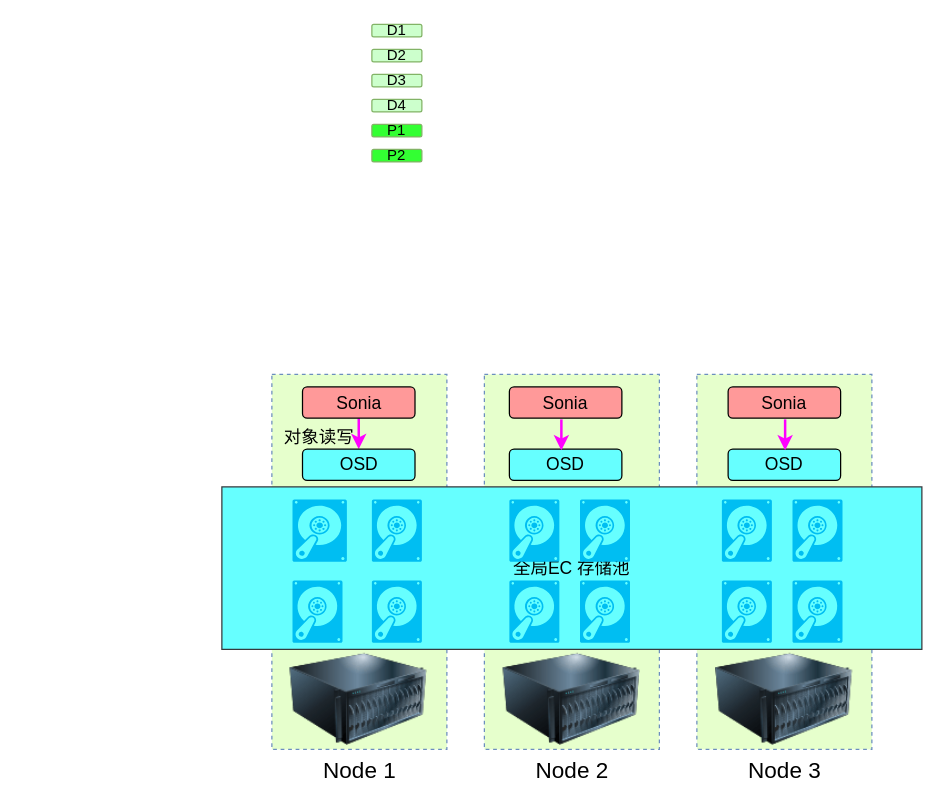
Above: Storage_strategy_4.drawio in snowolfhawk/ceph-scripts (draw.io), before the change. Source tidied: cells renumbered, new cells numbered last; positions are measured from the earlier drawing's top-left corner, leaving out a move shared by most shapes. Both pictures are drawn from the tidied source at 125%, with x=0, y=0 at pixel (221, 24).
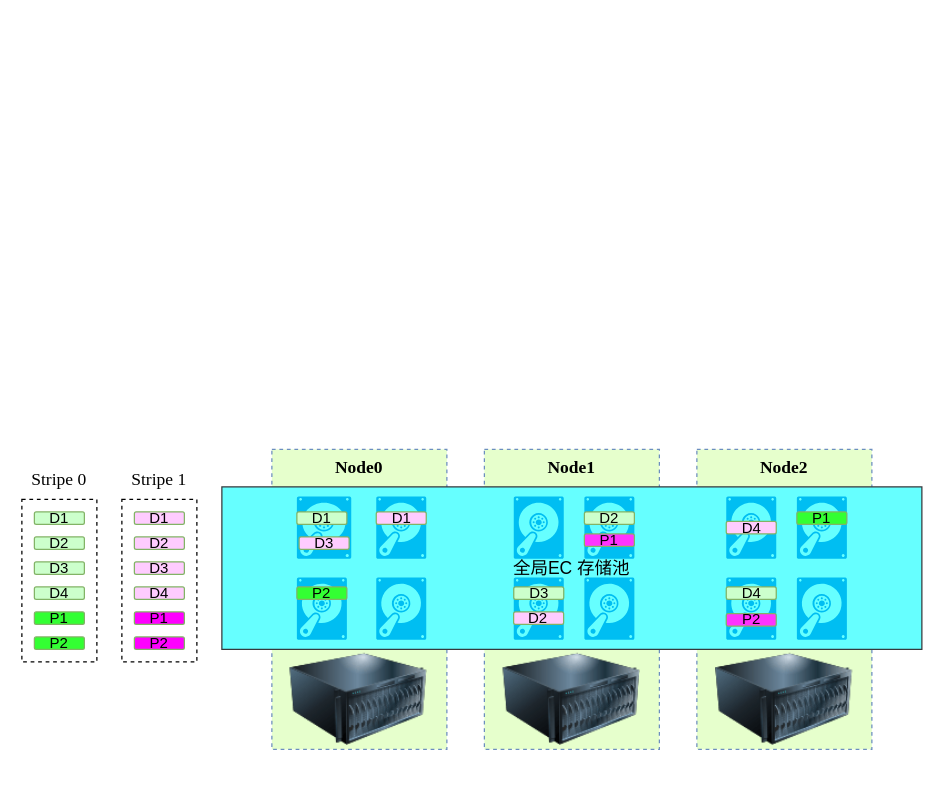
The same diagram, later.

What changed in the source:
```diff
@@
-    <mxCell id="2" value="P2" style="rounded=1;whiteSpace=wrap;html=1;fillColor=#33FF33;strokeColor=#82b366;" parent="1" vertex="1">
-      <mxGeometry x="120" y="100" width="40" height="10" as="geometry" />
-    </mxCell>
+    <mxCell id="37" style="rounded=0;whiteSpace=wrap;html=1;fontFamily=Times New Roman;fontSize=14;fillColor=#FFFFFF;dashed=1;" parent="1" vertex="1">
+      <mxGeometry x="-160" y="380" width="60" height="130" as="geometry" />
+    </mxCell>
     <mxCell id="3" style="rounded=0;whiteSpace=wrap;html=1;dashed=1;fillColor=#E6FFCC;strokeColor=#6c8ebf;" parent="1" vertex="1">
-      <mxGeometry x="380" y="280" width="140" height="300" as="geometry" />
+      <mxGeometry x="380" y="340" width="140" height="240" as="geometry" />
     </mxCell>
     <mxCell id="4" style="rounded=0;whiteSpace=wrap;html=1;dashed=1;fillColor=#E6FFCC;strokeColor=#6c8ebf;" parent="1" vertex="1">
-      <mxGeometry x="210" y="280" width="140" height="300" as="geometry" />
+      <mxGeometry x="210" y="340" width="140" height="240" as="geometry" />
     </mxCell>
     <mxCell id="5" style="rounded=0;whiteSpace=wrap;html=1;dashed=1;fillColor=#E6FFCC;strokeColor=#6c8ebf;" parent="1" vertex="1">
-      <mxGeometry x="40" y="280" width="140" height="300" as="geometry" />
+      <mxGeometry x="40" y="340" width="140" height="240" as="geometry" />
     </mxCell>
@@
-    <mxCell id="7" style="verticalLabelPosition=bottom;html=1;verticalAlign=top;align=center;strokeColor=none;fillColor=#00BEF2;shape=mxgraph.azure.vhd;" parent="1" vertex="1">
-      <mxGeometry x="56.5" y="380" width="43.5" height="50" as="geometry" />
-    </mxCell>
-    <mxCell id="8" style="verticalLabelPosition=bottom;html=1;verticalAlign=top;align=center;strokeColor=none;fillColor=#00BEF2;shape=mxgraph.azure.vhd;" parent="1" vertex="1">
-      <mxGeometry x="120" y="380" width="40" height="50" as="geometry" />
-    </mxCell>
-    <mxCell id="9" style="verticalLabelPosition=bottom;html=1;verticalAlign=top;align=center;strokeColor=none;fillColor=#00BEF2;shape=mxgraph.azure.vhd;" parent="1" vertex="1">
-      <mxGeometry x="56.5" y="444.8" width="40" height="50" as="geometry" />
-    </mxCell>
-    <mxCell id="10" style="verticalLabelPosition=bottom;html=1;verticalAlign=top;align=center;strokeColor=none;fillColor=#00BEF2;shape=mxgraph.azure.vhd;" parent="1" vertex="1">
-      <mxGeometry x="120" y="444.8" width="40" height="50" as="geometry" />
-    </mxCell>
-    <mxCell id="11" style="verticalLabelPosition=bottom;html=1;verticalAlign=top;align=center;strokeColor=none;fillColor=#00BEF2;shape=mxgraph.azure.vhd;" parent="1" vertex="1">
-      <mxGeometry x="230" y="380" width="40" height="50" as="geometry" />
-    </mxCell>
-    <mxCell id="12" style="verticalLabelPosition=bottom;html=1;verticalAlign=top;align=center;strokeColor=none;fillColor=#00BEF2;shape=mxgraph.azure.vhd;" parent="1" vertex="1">
-      <mxGeometry x="286.5" y="380" width="40" height="50" as="geometry" />
-    </mxCell>
-    <mxCell id="13" style="verticalLabelPosition=bottom;html=1;verticalAlign=top;align=center;strokeColor=none;fillColor=#00BEF2;shape=mxgraph.azure.vhd;" parent="1" vertex="1">
-      <mxGeometry x="230" y="444.8" width="40" height="50" as="geometry" />
-    </mxCell>
-    <mxCell id="14" style="verticalLabelPosition=bottom;html=1;verticalAlign=top;align=center;strokeColor=none;fillColor=#00BEF2;shape=mxgraph.azure.vhd;" parent="1" vertex="1">
-      <mxGeometry x="286.5" y="444.8" width="40" height="50" as="geometry" />
-    </mxCell>
-    <mxCell id="15" value="&lt;font style=&quot;font-size: 18px&quot;&gt;Node 1&lt;/font&gt;" style="image;html=1;image=img/lib/clip_art/computers/Server_128x128.png;" parent="1" vertex="1">
+    <mxCell id="15" style="image;html=1;image=img/lib/clip_art/computers/Server_128x128.png;" parent="1" vertex="1">
       <mxGeometry x="54.5" y="500" width="110" height="80" as="geometry" />
     </mxCell>
-    <mxCell id="16" value="&lt;font style=&quot;font-size: 18px&quot;&gt;Node 2&lt;/font&gt;" style="image;html=1;image=img/lib/clip_art/computers/Server_128x128.png;" parent="1" vertex="1">
+    <mxCell id="16" style="image;html=1;image=img/lib/clip_art/computers/Server_128x128.png;" parent="1" vertex="1">
       <mxGeometry x="225" y="500" width="110" height="80" as="geometry" />
     </mxCell>
     <mxCell id="17" style="verticalLabelPosition=bottom;html=1;verticalAlign=top;align=center;strokeColor=none;fillColor=#00BEF2;shape=mxgraph.azure.vhd;" parent="1" vertex="1">
-      <mxGeometry x="400" y="380" width="40" height="50" as="geometry" />
+      <mxGeometry x="403.5" y="377.6" width="40" height="50" as="geometry" />
     </mxCell>
     <mxCell id="18" style="verticalLabelPosition=bottom;html=1;verticalAlign=top;align=center;strokeColor=none;fillColor=#00BEF2;shape=mxgraph.azure.vhd;" parent="1" vertex="1">
-      <mxGeometry x="456.5" y="380" width="40" height="50" as="geometry" />
+      <mxGeometry x="460" y="377.6" width="40" height="50" as="geometry" />
     </mxCell>
     <mxCell id="19" style="verticalLabelPosition=bottom;html=1;verticalAlign=top;align=center;strokeColor=none;fillColor=#00BEF2;shape=mxgraph.azure.vhd;" parent="1" vertex="1">
-      <mxGeometry x="400" y="444.8" width="40" height="50" as="geometry" />
+      <mxGeometry x="403.5" y="442.4" width="40" height="50" as="geometry" />
     </mxCell>
     <mxCell id="20" style="verticalLabelPosition=bottom;html=1;verticalAlign=top;align=center;strokeColor=none;fillColor=#00BEF2;shape=mxgraph.azure.vhd;" parent="1" vertex="1">
-      <mxGeometry x="456.5" y="444.8" width="40" height="50" as="geometry" />
+      <mxGeometry x="460" y="442.4" width="40" height="50" as="geometry" />
     </mxCell>
-    <mxCell id="21" value="&lt;font style=&quot;font-size: 18px&quot;&gt;Node 3&lt;/font&gt;" style="image;html=1;image=img/lib/clip_art/computers/Server_128x128.png;" parent="1" vertex="1">
+    <mxCell id="21" style="image;html=1;image=img/lib/clip_art/computers/Server_128x128.png;" parent="1" vertex="1">
       <mxGeometry x="395" y="500" width="110" height="80" as="geometry" />
     </mxCell>
-    <mxCell id="22" style="edgeStyle=orthogonalEdgeStyle;rounded=0;jettySize=auto;html=1;exitX=0.5;exitY=1;exitDx=0;exitDy=0;fontSize=14;strokeColor=#FF00FF;strokeWidth=2;" parent="1" edge="1" source="23" target="24">
-      <mxGeometry relative="1" as="geometry" />
-    </mxCell>
-    <mxCell id="23" value="&lt;font style=&quot;font-size: 14px&quot;&gt;Sonia&lt;/font&gt;" style="rounded=1;whiteSpace=wrap;html=1;fillColor=#FF9999;" parent="1" vertex="1">
-      <mxGeometry x="64.5" y="290" width="90" height="25" as="geometry" />
-    </mxCell>
-    <mxCell id="24" value="OSD" style="rounded=1;whiteSpace=wrap;html=1;fillColor=#66FFFF;fontSize=14;" parent="1" vertex="1">
-      <mxGeometry x="64.5" y="339.8" width="90" height="25" as="geometry" />
-    </mxCell>
-    <mxCell id="25" value="对象读写" style="text;html=1;strokeColor=none;fillColor=none;align=center;verticalAlign=middle;whiteSpace=wrap;rounded=0;fontSize=14;" parent="1" vertex="1">
-      <mxGeometry x="48.2" y="315" width="60" height="30" as="geometry" />
-    </mxCell>
-    <mxCell id="26" value="&lt;font style=&quot;font-size: 14px&quot;&gt;Sonia&lt;/font&gt;" style="rounded=1;whiteSpace=wrap;html=1;fillColor=#FF9999;" parent="1" vertex="1">
-      <mxGeometry x="230" y="290" width="90" height="25" as="geometry" />
-    </mxCell>
-    <mxCell id="27" value="OSD" style="rounded=1;whiteSpace=wrap;html=1;fillColor=#66FFFF;fontSize=14;" parent="1" vertex="1">
-      <mxGeometry x="230" y="339.8" width="90" height="25" as="geometry" />
-    </mxCell>
-    <mxCell id="28" value="&lt;font style=&quot;font-size: 14px&quot;&gt;Sonia&lt;/font&gt;" style="rounded=1;whiteSpace=wrap;html=1;fillColor=#FF9999;" parent="1" vertex="1">
-      <mxGeometry x="405" y="290" width="90" height="25" as="geometry" />
-    </mxCell>
-    <mxCell id="29" value="OSD" style="rounded=1;whiteSpace=wrap;html=1;fillColor=#66FFFF;fontSize=14;" parent="1" vertex="1">
-      <mxGeometry x="405" y="339.8" width="90" height="25" as="geometry" />
-    </mxCell>
-    <mxCell id="30" style="edgeStyle=orthogonalEdgeStyle;rounded=0;orthogonalLoop=1;jettySize=auto;html=1;exitX=0.5;exitY=1;exitDx=0;exitDy=0;fontSize=14;strokeColor=#FF00FF;strokeWidth=2;" parent="1" edge="1">
-      <mxGeometry relative="1" as="geometry">
-        <mxPoint x="271.6" y="316" as="sourcePoint" />
-        <mxPoint x="271.6" y="340.8" as="targetPoint" />
-      </mxGeometry>
-    </mxCell>
-    <mxCell id="31" style="edgeStyle=orthogonalEdgeStyle;rounded=0;orthogonalLoop=1;jettySize=auto;html=1;exitX=0.5;exitY=1;exitDx=0;exitDy=0;fontSize=14;strokeColor=#FF00FF;strokeWidth=2;" parent="1" edge="1">
-      <mxGeometry relative="1" as="geometry">
-        <mxPoint x="450.6" y="316" as="sourcePoint" />
-        <mxPoint x="450.6" y="340.8" as="targetPoint" />
-      </mxGeometry>
-    </mxCell>
     <mxCell id="32" value="D1" style="rounded=1;whiteSpace=wrap;html=1;fillColor=#CCFFCC;strokeColor=#82b366;" parent="1" vertex="1">
-      <mxGeometry x="120" width="40" height="10" as="geometry" />
+      <mxGeometry x="-150" y="390" width="40" height="10" as="geometry" />
     </mxCell>
     <mxCell id="33" value="D2" style="rounded=1;whiteSpace=wrap;html=1;fillColor=#CCFFCC;strokeColor=#82b366;" parent="1" vertex="1">
-      <mxGeometry x="120" y="20" width="40" height="10" as="geometry" />
+      <mxGeometry x="-150" y="410" width="40" height="10" as="geometry" />
     </mxCell>
     <mxCell id="34" value="P1" style="rounded=1;whiteSpace=wrap;html=1;fillColor=#33FF33;strokeColor=#82b366;" parent="1" vertex="1">
-      <mxGeometry x="120" y="80" width="40" height="10" as="geometry" />
+      <mxGeometry x="-150" y="470" width="40" height="10" as="geometry" />
     </mxCell>
     <mxCell id="35" value="D4" style="rounded=1;whiteSpace=wrap;html=1;fillColor=#CCFFCC;strokeColor=#82b366;" parent="1" vertex="1">
-      <mxGeometry x="120" y="60" width="40" height="10" as="geometry" />
+      <mxGeometry x="-150" y="450" width="40" height="10" as="geometry" />
     </mxCell>
     <mxCell id="36" value="D3" style="rounded=1;whiteSpace=wrap;html=1;fillColor=#CCFFCC;strokeColor=#82b366;" parent="1" vertex="1">
-      <mxGeometry x="120" y="40" width="40" height="10" as="geometry" />
+      <mxGeometry x="-150" y="430" width="40" height="10" as="geometry" />
     </mxCell>
+    <mxCell id="38" style="verticalLabelPosition=bottom;html=1;verticalAlign=top;align=center;strokeColor=none;fillColor=#00BEF2;shape=mxgraph.azure.vhd;" parent="1" vertex="1">
+      <mxGeometry x="60" y="377.6" width="43.5" height="50" as="geometry" />
+    </mxCell>
+    <mxCell id="39" style="verticalLabelPosition=bottom;html=1;verticalAlign=top;align=center;strokeColor=none;fillColor=#00BEF2;shape=mxgraph.azure.vhd;" parent="1" vertex="1">
+      <mxGeometry x="123.5" y="377.6" width="40" height="50" as="geometry" />
+    </mxCell>
+    <mxCell id="40" style="verticalLabelPosition=bottom;html=1;verticalAlign=top;align=center;strokeColor=none;fillColor=#00BEF2;shape=mxgraph.azure.vhd;" parent="1" vertex="1">
+      <mxGeometry x="60" y="442.4" width="40" height="50" as="geometry" />
+    </mxCell>
+    <mxCell id="41" style="verticalLabelPosition=bottom;html=1;verticalAlign=top;align=center;strokeColor=none;fillColor=#00BEF2;shape=mxgraph.azure.vhd;" parent="1" vertex="1">
+      <mxGeometry x="123.5" y="442.4" width="40" height="50" as="geometry" />
+    </mxCell>
+    <mxCell id="42" style="verticalLabelPosition=bottom;html=1;verticalAlign=top;align=center;strokeColor=none;fillColor=#00BEF2;shape=mxgraph.azure.vhd;" parent="1" vertex="1">
+      <mxGeometry x="233.5" y="377.6" width="40" height="50" as="geometry" />
+    </mxCell>
+    <mxCell id="43" style="verticalLabelPosition=bottom;html=1;verticalAlign=top;align=center;strokeColor=none;fillColor=#00BEF2;shape=mxgraph.azure.vhd;" parent="1" vertex="1">
+      <mxGeometry x="290" y="377.6" width="40" height="50" as="geometry" />
+    </mxCell>
+    <mxCell id="44" style="verticalLabelPosition=bottom;html=1;verticalAlign=top;align=center;strokeColor=none;fillColor=#00BEF2;shape=mxgraph.azure.vhd;" parent="1" vertex="1">
+      <mxGeometry x="233.5" y="442.4" width="40" height="50" as="geometry" />
+    </mxCell>
+    <mxCell id="45" style="verticalLabelPosition=bottom;html=1;verticalAlign=top;align=center;strokeColor=none;fillColor=#00BEF2;shape=mxgraph.azure.vhd;" parent="1" vertex="1">
+      <mxGeometry x="290" y="442.4" width="40" height="50" as="geometry" />
+    </mxCell>
+    <mxCell id="46" value="D2" style="rounded=1;whiteSpace=wrap;html=1;fillColor=#CCFFCC;strokeColor=#82b366;" parent="1" vertex="1">
+      <mxGeometry x="290" y="390" width="40" height="10" as="geometry" />
+    </mxCell>
+    <mxCell id="47" value="D1" style="rounded=1;whiteSpace=wrap;html=1;fillColor=#CCFFCC;strokeColor=#82b366;" parent="1" vertex="1">
+      <mxGeometry x="60" y="390" width="40" height="10" as="geometry" />
+    </mxCell>
+    <mxCell id="48" value="D3" style="rounded=1;whiteSpace=wrap;html=1;fillColor=#CCFFCC;strokeColor=#82b366;" parent="1" vertex="1">
+      <mxGeometry x="233.5" y="450" width="40" height="10" as="geometry" />
+    </mxCell>
+    <mxCell id="49" value="D4" style="rounded=1;whiteSpace=wrap;html=1;fillColor=#CCFFCC;strokeColor=#82b366;" parent="1" vertex="1">
+      <mxGeometry x="403.5" y="450" width="40" height="10" as="geometry" />
+    </mxCell>
+    <mxCell id="50" value="P1" style="rounded=1;whiteSpace=wrap;html=1;fillColor=#33FF33;strokeColor=#82b366;" parent="1" vertex="1">
+      <mxGeometry x="460" y="390" width="40" height="10" as="geometry" />
+    </mxCell>
+    <mxCell id="51" value="P2" style="rounded=1;whiteSpace=wrap;html=1;fillColor=#33FF33;strokeColor=#82b366;" parent="1" vertex="1">
+      <mxGeometry x="60" y="450" width="40" height="10" as="geometry" />
+    </mxCell>
+    <mxCell id="52" value="D1" style="rounded=1;whiteSpace=wrap;html=1;fillColor=#FFCCFF;strokeColor=#82b366;" parent="1" vertex="1">
+      <mxGeometry x="123.5" y="390" width="40" height="10" as="geometry" />
+    </mxCell>
+    <mxCell id="53" value="D2" style="rounded=1;whiteSpace=wrap;html=1;fillColor=#FFCCFF;strokeColor=#82b366;" parent="1" vertex="1">
+      <mxGeometry x="233.4" y="470" width="40" height="10" as="geometry" />
+    </mxCell>
+    <mxCell id="54" value="D3" style="rounded=1;whiteSpace=wrap;html=1;fillColor=#FFCCFF;strokeColor=#82b366;" parent="1" vertex="1">
+      <mxGeometry x="61.8" y="410" width="40" height="10" as="geometry" />
+    </mxCell>
+    <mxCell id="55" value="D4" style="rounded=1;whiteSpace=wrap;html=1;fillColor=#FFCCFF;strokeColor=#82b366;" parent="1" vertex="1">
+      <mxGeometry x="403.5" y="397.6" width="40" height="10" as="geometry" />
+    </mxCell>
+    <mxCell id="56" value="P1" style="rounded=1;whiteSpace=wrap;html=1;fillColor=#FF33FF;strokeColor=#82b366;" parent="1" vertex="1">
+      <mxGeometry x="290" y="407.6" width="40" height="10" as="geometry" />
+    </mxCell>
+    <mxCell id="57" value="P2" style="rounded=1;whiteSpace=wrap;html=1;fillColor=#FF33FF;strokeColor=#82b366;" parent="1" vertex="1">
+      <mxGeometry x="403.5" y="471.4" width="40" height="10" as="geometry" />
+    </mxCell>
+    <mxCell id="58" value="&lt;font style=&quot;font-size: 14px&quot; face=&quot;Times New Roman&quot;&gt;&lt;b&gt;Node0&lt;/b&gt;&lt;/font&gt;" style="text;html=1;strokeColor=none;fillColor=none;align=center;verticalAlign=middle;whiteSpace=wrap;rounded=0;" parent="1" vertex="1">
+      <mxGeometry x="79.5" y="340" width="60" height="30" as="geometry" />
+    </mxCell>
+    <mxCell id="59" value="&lt;font style=&quot;font-size: 14px&quot; face=&quot;Times New Roman&quot;&gt;&lt;b&gt;Node1&lt;/b&gt;&lt;/font&gt;" style="text;html=1;strokeColor=none;fillColor=none;align=center;verticalAlign=middle;whiteSpace=wrap;rounded=0;" parent="1" vertex="1">
+      <mxGeometry x="250" y="340" width="60" height="30" as="geometry" />
+    </mxCell>
+    <mxCell id="60" value="&lt;font style=&quot;font-size: 14px&quot; face=&quot;Times New Roman&quot;&gt;&lt;b&gt;Node2&lt;/b&gt;&lt;/font&gt;" style="text;html=1;strokeColor=none;fillColor=none;align=center;verticalAlign=middle;whiteSpace=wrap;rounded=0;" parent="1" vertex="1">
+      <mxGeometry x="420" y="340" width="60" height="30" as="geometry" />
+    </mxCell>
+    <mxCell id="61" value="P2" style="rounded=1;whiteSpace=wrap;html=1;fillColor=#33FF33;strokeColor=#82b366;" parent="1" vertex="1">
+      <mxGeometry x="-150" y="490" width="40" height="10" as="geometry" />
+    </mxCell>
+    <mxCell id="62" value="Stripe 0" style="text;html=1;strokeColor=none;fillColor=none;align=center;verticalAlign=middle;whiteSpace=wrap;rounded=0;dashed=1;fontFamily=Times New Roman;fontSize=14;" parent="1" vertex="1">
+      <mxGeometry x="-160" y="350" width="60" height="30" as="geometry" />
+    </mxCell>
+    <mxCell id="63" style="rounded=0;whiteSpace=wrap;html=1;fontFamily=Times New Roman;fontSize=14;fillColor=#FFFFFF;dashed=1;" parent="1" vertex="1">
+      <mxGeometry x="-80" y="380" width="60" height="130" as="geometry" />
+    </mxCell>
+    <mxCell id="64" value="D1" style="rounded=1;whiteSpace=wrap;html=1;fillColor=#FFCCFF;strokeColor=#82b366;" parent="1" vertex="1">
+      <mxGeometry x="-70" y="390" width="40" height="10" as="geometry" />
+    </mxCell>
+    <mxCell id="65" value="D2" style="rounded=1;whiteSpace=wrap;html=1;fillColor=#FFCCFF;strokeColor=#82b366;" parent="1" vertex="1">
+      <mxGeometry x="-70" y="410" width="40" height="10" as="geometry" />
+    </mxCell>
+    <mxCell id="66" value="P1" style="rounded=1;whiteSpace=wrap;html=1;fillColor=#FF00FF;strokeColor=#82b366;" parent="1" vertex="1">
+      <mxGeometry x="-70" y="470" width="40" height="10" as="geometry" />
+    </mxCell>
+    <mxCell id="67" value="D4" style="rounded=1;whiteSpace=wrap;html=1;fillColor=#FFCCFF;strokeColor=#82b366;" parent="1" vertex="1">
+      <mxGeometry x="-70" y="450" width="40" height="10" as="geometry" />
+    </mxCell>
+    <mxCell id="68" value="D3" style="rounded=1;whiteSpace=wrap;html=1;fillColor=#FFCCFF;strokeColor=#82b366;" parent="1" vertex="1">
+      <mxGeometry x="-70" y="430" width="40" height="10" as="geometry" />
+    </mxCell>
+    <mxCell id="69" value="P2" style="rounded=1;whiteSpace=wrap;html=1;fillColor=#FF00FF;strokeColor=#82b366;" parent="1" vertex="1">
+      <mxGeometry x="-70" y="490" width="40" height="10" as="geometry" />
+    </mxCell>
+    <mxCell id="70" value="Stripe 1" style="text;html=1;strokeColor=none;fillColor=none;align=center;verticalAlign=middle;whiteSpace=wrap;rounded=0;dashed=1;fontFamily=Times New Roman;fontSize=14;" parent="1" vertex="1">
+      <mxGeometry x="-80" y="350" width="60" height="30" as="geometry" />
+    </mxCell>
```
